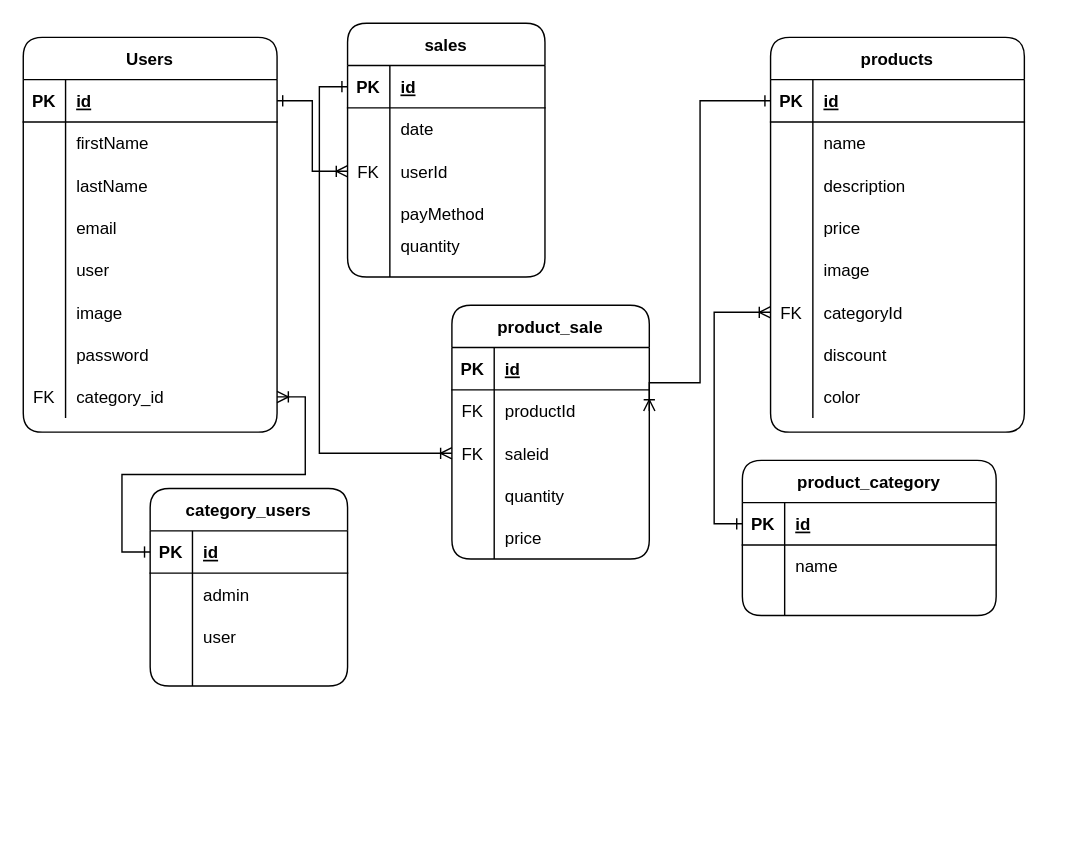
The draw.io diagram diagrama.drawio in 0920CDFSNCN27ARED/grupo-03, before the edit. Source tidied: cells renumbered, new cells numbered last; positions are measured from the earlier drawing's top-left corner, leaving out a move shared by most shapes. Both pictures are drawn from the tidied source at 141%, with x=0, y=0 at pixel (23, 23).
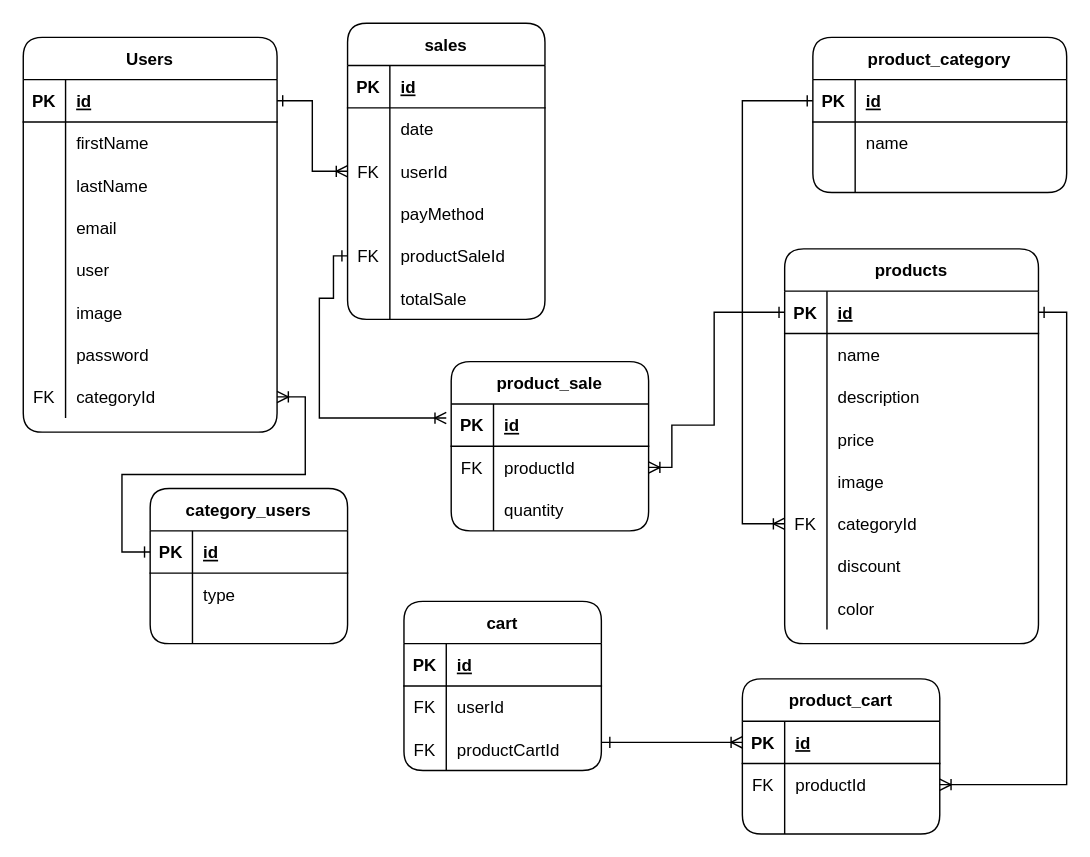
The same page after the edit.

Commit message (it also covers changes not shown here):
corrección del diagrama y vista del detail para admin

Unchanged cells that the change refers to:
```xml
<mxCell id="6" style="shape=partialRectangle;fillColor=none;top=0;left=0;bottom=0;right=0;rounded=1;" parent="2" vertex="1">
  <mxGeometry y="60" width="140" height="30" as="geometry" />
</mxCell>
<mxCell id="37" style="shape=partialRectangle;fillColor=none;top=0;left=0;bottom=0;right=0;points=[[0,0.5],[1,0.5]];portConstraint=eastwest;rounded=1;" parent="15" vertex="1">
  <mxGeometry y="240" width="180" height="30" as="geometry" />
</mxCell>
<mxCell id="41" style="shape=partialRectangle;top=0;left=0;bottom=1;right=0;points=[[0,0.5],[1,0.5]];portConstraint=eastwest;rounded=1;fillColor=none;" parent="40" vertex="1">
  <mxGeometry y="30" width="180" height="30" as="geometry" />
</mxCell>
<mxCell id="56" style="shape=partialRectangle;fillColor=none;top=0;left=0;bottom=0;right=0;points=[[0,0.5],[1,0.5]];portConstraint=eastwest;rounded=1;" parent="40" vertex="1">
  <mxGeometry y="180" width="180" height="30" as="geometry" />
</mxCell>
<mxCell id="66" style="shape=partialRectangle;fillColor=none;top=0;left=0;bottom=1;right=0;points=[[0,0.5],[1,0.5]];portConstraint=eastwest;rounded=1;" parent="65" vertex="1">
  <mxGeometry y="30" width="140" height="30" as="geometry" />
</mxCell>
<mxCell id="85" style="shape=partialRectangle;fillColor=none;top=0;left=0;bottom=0;right=0;points=[[0,0.5],[1,0.5]];portConstraint=eastwest;rounded=1;" parent="81" vertex="1">
  <mxGeometry y="60" width="140" height="30" as="geometry" />
</mxCell>
<mxCell id="101" style="shape=partialRectangle;fillColor=none;top=0;left=0;bottom=1;right=0;points=[[0,0.5],[1,0.5]];portConstraint=eastwest;" parent="100" vertex="1">
  <mxGeometry y="30" width="180" height="30" as="geometry" />
</mxCell>
```

Change to the diagram source:
```diff
@@
     <mxCell id="2" value="category_users" style="shape=table;startSize=30;childLayout=tableLayout;rowLines=0;fontStyle=1;align=center;rounded=1;" parent="1" vertex="1">
-      <mxGeometry x="90" y="330" width="140" height="140" as="geometry" />
+      <mxGeometry x="90" y="330" width="140" height="110" as="geometry" />
     </mxCell>
@@
-    <mxCell id="8" value="admin" style="shape=partialRectangle;fillColor=none;top=0;left=0;bottom=0;right=0;align=left;spacingLeft=6;overflow=hidden;rounded=1;" parent="6" vertex="1">
+    <mxCell id="8" value="type" style="shape=partialRectangle;fillColor=none;top=0;left=0;bottom=0;right=0;align=left;spacingLeft=6;overflow=hidden;rounded=1;" parent="6" vertex="1">
       <mxGeometry x="30" width="110" height="30" as="geometry" />
     </mxCell>
-    <mxCell id="9" style="shape=partialRectangle;fillColor=none;top=0;left=0;bottom=0;right=0;rounded=1;" parent="2" vertex="1">
-      <mxGeometry y="90" width="140" height="30" as="geometry" />
-    </mxCell>
-    <mxCell id="10" style="shape=partialRectangle;fillColor=none;top=0;left=0;bottom=0;right=0;overflow=hidden;rounded=1;" parent="9" vertex="1">
-      <mxGeometry width="30" height="30" as="geometry" />
-    </mxCell>
-    <mxCell id="11" value="user" style="shape=partialRectangle;fillColor=none;top=0;left=0;bottom=0;right=0;align=left;spacingLeft=6;overflow=hidden;rounded=1;" parent="9" vertex="1">
-      <mxGeometry x="30" width="110" height="30" as="geometry" />
-    </mxCell>
     <mxCell id="12" style="shape=partialRectangle;fillColor=none;top=0;left=0;bottom=0;right=0;rounded=1;" parent="2" vertex="1">
-      <mxGeometry y="120" width="140" height="20" as="geometry" />
+      <mxGeometry y="90" width="140" height="20" as="geometry" />
     </mxCell>
@@
-    <mxCell id="39" value="category_id" style="shape=partialRectangle;fillColor=none;top=0;left=0;bottom=0;right=0;align=left;spacingLeft=6;overflow=hidden;rounded=1;" parent="37" vertex="1">
+    <mxCell id="39" value="categoryId" style="shape=partialRectangle;fillColor=none;top=0;left=0;bottom=0;right=0;align=left;spacingLeft=6;overflow=hidden;rounded=1;" parent="37" vertex="1">
       <mxGeometry x="30" width="150" height="30" as="geometry" />
     </mxCell>
     <mxCell id="40" value="products" style="shape=table;startSize=30;childLayout=tableLayout;rowLines=0;fontStyle=1;align=center;rounded=1;" parent="1" vertex="1">
-      <mxGeometry x="530" y="10" width="180" height="280" as="geometry" />
+      <mxGeometry x="540" y="160" width="180" height="280" as="geometry" />
     </mxCell>
@@
     <mxCell id="65" value="sales" style="shape=table;startSize=30;childLayout=tableLayout;rowLines=0;fontStyle=1;align=center;rounded=1;" parent="1" vertex="1">
-      <mxGeometry x="230" width="140" height="180" as="geometry" />
+      <mxGeometry x="230" width="140" height="210" as="geometry" />
     </mxCell>
@@
-    <mxCell id="78" style="shape=partialRectangle;fillColor=none;top=0;left=0;bottom=0;right=0;rounded=1;" parent="65" vertex="1">
-      <mxGeometry y="150" width="140" height="30" as="geometry" />
-    </mxCell>
-    <mxCell id="79" style="shape=partialRectangle;fillColor=none;top=0;left=0;bottom=0;right=0;overflow=hidden;rounded=1;" parent="78" vertex="1">
-      <mxGeometry width="30" height="30" as="geometry" />
-    </mxCell>
-    <mxCell id="80" value="quantity&#10;" style="shape=partialRectangle;fillColor=none;top=0;left=0;bottom=0;right=0;align=left;spacingLeft=6;overflow=hidden;rounded=1;" parent="78" vertex="1">
-      <mxGeometry x="30" width="110" height="30" as="geometry" />
-    </mxCell>
+    <mxCell id="112" style="shape=partialRectangle;fillColor=none;top=0;left=0;bottom=0;right=0;points=[[0,0.5],[1,0.5]];portConstraint=eastwest;rounded=1;" parent="65" vertex="1">
+      <mxGeometry y="150" width="140" height="30" as="geometry" />
+    </mxCell>
+    <mxCell id="113" value="FK" style="shape=partialRectangle;fillColor=none;top=0;left=0;bottom=0;right=0;overflow=hidden;rounded=1;" parent="112" vertex="1">
+      <mxGeometry width="30" height="30" as="geometry" />
+    </mxCell>
+    <mxCell id="114" value="productSaleId" style="shape=partialRectangle;fillColor=none;top=0;left=0;bottom=0;right=0;align=left;spacingLeft=6;overflow=hidden;rounded=1;" parent="112" vertex="1">
+      <mxGeometry x="30" width="110" height="30" as="geometry" />
+    </mxCell>
+    <mxCell id="115" style="shape=partialRectangle;fillColor=none;top=0;left=0;bottom=0;right=0;rounded=1;" parent="65" vertex="1">
+      <mxGeometry y="180" width="140" height="30" as="geometry" />
+    </mxCell>
+    <mxCell id="116" style="shape=partialRectangle;fillColor=none;top=0;left=0;bottom=0;right=0;overflow=hidden;rounded=1;" parent="115" vertex="1">
+      <mxGeometry width="30" height="30" as="geometry" />
+    </mxCell>
+    <mxCell id="117" value="totalSale" style="shape=partialRectangle;fillColor=none;top=0;left=0;bottom=0;right=0;align=left;spacingLeft=6;overflow=hidden;rounded=1;" parent="115" vertex="1">
+      <mxGeometry x="30" width="110" height="30" as="geometry" />
+    </mxCell>
     <mxCell id="81" value="product_sale" style="shape=table;startSize=30;childLayout=tableLayout;rowLines=0;fontStyle=1;align=center;rounded=1;" parent="1" vertex="1">
-      <mxGeometry x="304" y="200" width="140" height="180" as="geometry" />
+      <mxGeometry x="303.5" y="240" width="140" height="120" as="geometry" />
     </mxCell>
@@
-    <mxCell id="88" style="shape=partialRectangle;fillColor=none;top=0;left=0;bottom=0;right=0;points=[[0,0.5],[1,0.5]];portConstraint=eastwest;rounded=1;" parent="81" vertex="1">
-      <mxGeometry y="90" width="140" height="30" as="geometry" />
-    </mxCell>
-    <mxCell id="89" value="FK" style="shape=partialRectangle;fillColor=none;top=0;left=0;bottom=0;right=0;overflow=hidden;rounded=1;" parent="88" vertex="1">
-      <mxGeometry width="30" height="30" as="geometry" />
-    </mxCell>
-    <mxCell id="90" value="saleid" style="shape=partialRectangle;fillColor=none;top=0;left=0;bottom=0;right=0;align=left;spacingLeft=6;overflow=hidden;rounded=1;" parent="88" vertex="1">
-      <mxGeometry x="30" width="110" height="30" as="geometry" />
-    </mxCell>
     <mxCell id="91" style="shape=partialRectangle;fillColor=none;top=0;left=0;bottom=0;right=0;rounded=1;" parent="81" vertex="1">
-      <mxGeometry y="120" width="140" height="30" as="geometry" />
+      <mxGeometry y="90" width="140" height="30" as="geometry" />
     </mxCell>
@@
-    <mxCell id="94" style="shape=partialRectangle;fillColor=none;top=0;left=0;bottom=0;right=0;rounded=1;" parent="81" vertex="1">
-      <mxGeometry y="150" width="140" height="30" as="geometry" />
-    </mxCell>
-    <mxCell id="95" style="shape=partialRectangle;fillColor=none;top=0;left=0;bottom=0;right=0;overflow=hidden;rounded=1;" parent="94" vertex="1">
-      <mxGeometry width="30" height="30" as="geometry" />
-    </mxCell>
-    <mxCell id="96" value="price" style="shape=partialRectangle;fillColor=none;top=0;left=0;bottom=0;right=0;align=left;spacingLeft=6;overflow=hidden;rounded=1;" parent="94" vertex="1">
-      <mxGeometry x="30" width="110" height="30" as="geometry" />
-    </mxCell>
-    <mxCell id="97" style="edgeStyle=orthogonalEdgeStyle;rounded=0;jettySize=auto;html=1;startArrow=ERoneToMany;startFill=0;endArrow=ERone;endFill=0;exitX=1;exitY=0.5;exitDx=0;exitDy=0;" parent="1" edge="1" source="85">
+    <mxCell id="97" style="edgeStyle=orthogonalEdgeStyle;rounded=0;jettySize=auto;html=1;startArrow=ERoneToMany;startFill=0;endArrow=ERone;endFill=0;exitX=1;exitY=0.5;exitDx=0;exitDy=0;entryX=0;entryY=0.5;entryDx=0;entryDy=0;" parent="1" edge="1" source="85" target="41">
       <mxGeometry relative="1" as="geometry">
-        <mxPoint x="530" y="55" as="targetPoint" />
         <Array as="points">
-          <mxPoint x="480" y="255" />
-          <mxPoint x="480" y="55" />
+          <mxPoint x="460" y="315" />
+          <mxPoint x="460" y="285" />
+          <mxPoint x="490" y="285" />
+          <mxPoint x="490" y="205" />
         </Array>
       </mxGeometry>
     </mxCell>
-    <mxCell id="98" style="edgeStyle=orthogonalEdgeStyle;rounded=0;jettySize=auto;html=1;entryX=0;entryY=0.5;entryDx=0;entryDy=0;startArrow=ERoneToMany;startFill=0;endArrow=ERone;endFill=0;" parent="1" edge="1" source="88" target="66">
-      <mxGeometry relative="1" as="geometry" />
+    <mxCell id="98" style="edgeStyle=orthogonalEdgeStyle;rounded=0;jettySize=auto;html=1;startArrow=ERoneToMany;startFill=0;endArrow=ERone;endFill=0;entryX=0;entryY=0.5;entryDx=0;entryDy=0;" parent="1" edge="1" target="112">
+      <mxGeometry relative="1" as="geometry">
+        <mxPoint x="300" y="280" as="sourcePoint" />
+        <Array as="points">
+          <mxPoint x="300" y="280" />
+          <mxPoint x="210" y="280" />
+          <mxPoint x="210" y="195" />
+          <mxPoint x="220" y="195" />
+          <mxPoint x="220" y="165" />
+        </Array>
+      </mxGeometry>
     </mxCell>
@@
     <mxCell id="100" value="product_category" style="shape=table;startSize=30;childLayout=tableLayout;rowLines=0;fontStyle=1;align=center;rounded=1;" parent="1" vertex="1">
-      <mxGeometry x="510" y="310" width="180" height="110" as="geometry" />
+      <mxGeometry x="560" y="10" width="180" height="110" as="geometry" />
     </mxCell>
@@
-    <mxCell id="110" style="edgeStyle=orthogonalEdgeStyle;rounded=0;jettySize=auto;html=1;entryX=0;entryY=0.5;entryDx=0;entryDy=0;startArrow=ERoneToMany;startFill=0;endArrow=ERone;endFill=0;" parent="1" edge="1" source="56" target="101">
-      <mxGeometry relative="1" as="geometry" />
+    <mxCell id="110" style="edgeStyle=orthogonalEdgeStyle;rounded=0;jettySize=auto;html=1;startArrow=ERoneToMany;startFill=0;endArrow=ERone;endFill=0;exitX=0;exitY=0.5;exitDx=0;exitDy=0;entryX=0;entryY=0.5;entryDx=0;entryDy=0;" parent="1" edge="1" source="56" target="101">
+      <mxGeometry relative="1" as="geometry">
+        <Array as="points">
+          <mxPoint x="510" y="355" />
+          <mxPoint x="510" y="55" />
+        </Array>
+      </mxGeometry>
     </mxCell>
@@
+    <mxCell id="118" value="cart" style="shape=table;startSize=30;childLayout=tableLayout;rowLines=0;fontStyle=1;align=center;rounded=1;" parent="1" vertex="1">
+      <mxGeometry x="270" y="410" width="140" height="120" as="geometry" />
+    </mxCell>
+    <mxCell id="119" style="shape=partialRectangle;fillColor=none;top=0;left=0;bottom=1;right=0;rounded=1;" parent="118" vertex="1">
+      <mxGeometry y="30" width="140" height="30" as="geometry" />
+    </mxCell>
+    <mxCell id="120" value="PK" style="shape=partialRectangle;fillColor=none;top=0;left=0;bottom=0;right=0;fontStyle=1;overflow=hidden;rounded=1;" parent="119" vertex="1">
+      <mxGeometry width="30" height="30" as="geometry" />
+    </mxCell>
+    <mxCell id="121" value="id" style="shape=partialRectangle;fillColor=none;top=0;left=0;bottom=0;right=0;align=left;spacingLeft=6;fontStyle=5;overflow=hidden;rounded=1;" parent="119" vertex="1">
+      <mxGeometry x="30" width="110" height="30" as="geometry" />
+    </mxCell>
+    <mxCell id="122" style="shape=partialRectangle;fillColor=none;top=0;left=0;bottom=0;right=0;rounded=1;" parent="118" vertex="1">
+      <mxGeometry y="60" width="140" height="30" as="geometry" />
+    </mxCell>
+    <mxCell id="123" value="FK" style="shape=partialRectangle;fillColor=none;top=0;left=0;bottom=0;right=0;overflow=hidden;rounded=1;" parent="122" vertex="1">
+      <mxGeometry width="30" height="30" as="geometry" />
+    </mxCell>
+    <mxCell id="124" value="userId" style="shape=partialRectangle;fillColor=none;top=0;left=0;bottom=0;right=0;align=left;spacingLeft=6;overflow=hidden;rounded=1;" parent="122" vertex="1">
+      <mxGeometry x="30" width="110" height="30" as="geometry" />
+    </mxCell>
+    <mxCell id="125" style="shape=partialRectangle;fillColor=none;top=0;left=0;bottom=0;right=0;rounded=1;" parent="118" vertex="1">
+      <mxGeometry y="90" width="140" height="30" as="geometry" />
+    </mxCell>
+    <mxCell id="126" value="FK" style="shape=partialRectangle;fillColor=none;top=0;left=0;bottom=0;right=0;overflow=hidden;rounded=1;" parent="125" vertex="1">
+      <mxGeometry width="30" height="30" as="geometry" />
+    </mxCell>
+    <mxCell id="127" value="productCartId" style="shape=partialRectangle;fillColor=none;top=0;left=0;bottom=0;right=0;align=left;spacingLeft=6;overflow=hidden;rounded=1;" parent="125" vertex="1">
+      <mxGeometry x="30" width="110" height="30" as="geometry" />
+    </mxCell>
+    <mxCell id="128" value="product_cart" style="shape=table;startSize=30;childLayout=tableLayout;rowLines=0;fontStyle=1;align=center;rounded=1;" parent="1" vertex="1">
+      <mxGeometry x="510" y="465" width="140" height="110" as="geometry" />
+    </mxCell>
+    <mxCell id="129" style="shape=partialRectangle;fillColor=none;top=0;left=0;bottom=1;right=0;points=[[0,0.5],[1,0.5]];portConstraint=eastwest;rounded=1;" parent="128" vertex="1">
+      <mxGeometry y="30" width="140" height="30" as="geometry" />
+    </mxCell>
+    <mxCell id="130" value="PK" style="shape=partialRectangle;fillColor=none;top=0;left=0;bottom=0;right=0;fontStyle=1;overflow=hidden;rounded=1;" parent="129" vertex="1">
+      <mxGeometry width="30" height="30" as="geometry" />
+    </mxCell>
+    <mxCell id="131" value="id" style="shape=partialRectangle;fillColor=none;top=0;left=0;bottom=0;right=0;align=left;spacingLeft=6;fontStyle=5;overflow=hidden;rounded=1;" parent="129" vertex="1">
+      <mxGeometry x="30" width="110" height="30" as="geometry" />
+    </mxCell>
+    <mxCell id="132" style="shape=partialRectangle;fillColor=none;top=0;left=0;bottom=0;right=0;points=[[0,0.5],[1,0.5]];portConstraint=eastwest;rounded=1;" parent="128" vertex="1">
+      <mxGeometry y="60" width="140" height="30" as="geometry" />
+    </mxCell>
+    <mxCell id="133" value="FK" style="shape=partialRectangle;fillColor=none;top=0;left=0;bottom=0;right=0;overflow=hidden;rounded=1;" parent="132" vertex="1">
+      <mxGeometry width="30" height="30" as="geometry" />
+    </mxCell>
+    <mxCell id="134" value="productId" style="shape=partialRectangle;fillColor=none;top=0;left=0;bottom=0;right=0;align=left;spacingLeft=6;overflow=hidden;rounded=1;" parent="132" vertex="1">
+      <mxGeometry x="30" width="110" height="30" as="geometry" />
+    </mxCell>
+    <mxCell id="135" style="shape=partialRectangle;fillColor=none;top=0;left=0;bottom=0;right=0;rounded=1;" parent="128" vertex="1">
+      <mxGeometry y="90" width="140" height="20" as="geometry" />
+    </mxCell>
+    <mxCell id="136" style="shape=partialRectangle;fillColor=none;top=0;left=0;bottom=0;right=0;overflow=hidden;rounded=1;" parent="135" vertex="1">
+      <mxGeometry width="30" height="20" as="geometry" />
+    </mxCell>
+    <mxCell id="137" style="shape=partialRectangle;fillColor=none;top=0;left=0;bottom=0;right=0;align=left;spacingLeft=6;overflow=hidden;rounded=1;" parent="135" vertex="1">
+      <mxGeometry x="30" width="110" height="20" as="geometry" />
+    </mxCell>
+    <mxCell id="138" style="edgeStyle=orthogonalEdgeStyle;rounded=0;jettySize=auto;html=1;startArrow=ERoneToMany;startFill=0;endArrow=ERone;endFill=0;" parent="1" edge="1" source="129">
+      <mxGeometry relative="1" as="geometry">
+        <mxPoint x="420" y="510" as="targetPoint" />
+        <Array as="points">
+          <mxPoint x="410" y="510" />
+        </Array>
+      </mxGeometry>
+    </mxCell>
+    <mxCell id="139" style="edgeStyle=orthogonalEdgeStyle;rounded=0;jettySize=auto;html=1;entryX=1;entryY=0.5;entryDx=0;entryDy=0;startArrow=ERoneToMany;startFill=0;endArrow=ERone;endFill=0;" parent="1" edge="1" source="132" target="41">
+      <mxGeometry relative="1" as="geometry" />
+    </mxCell>
```
